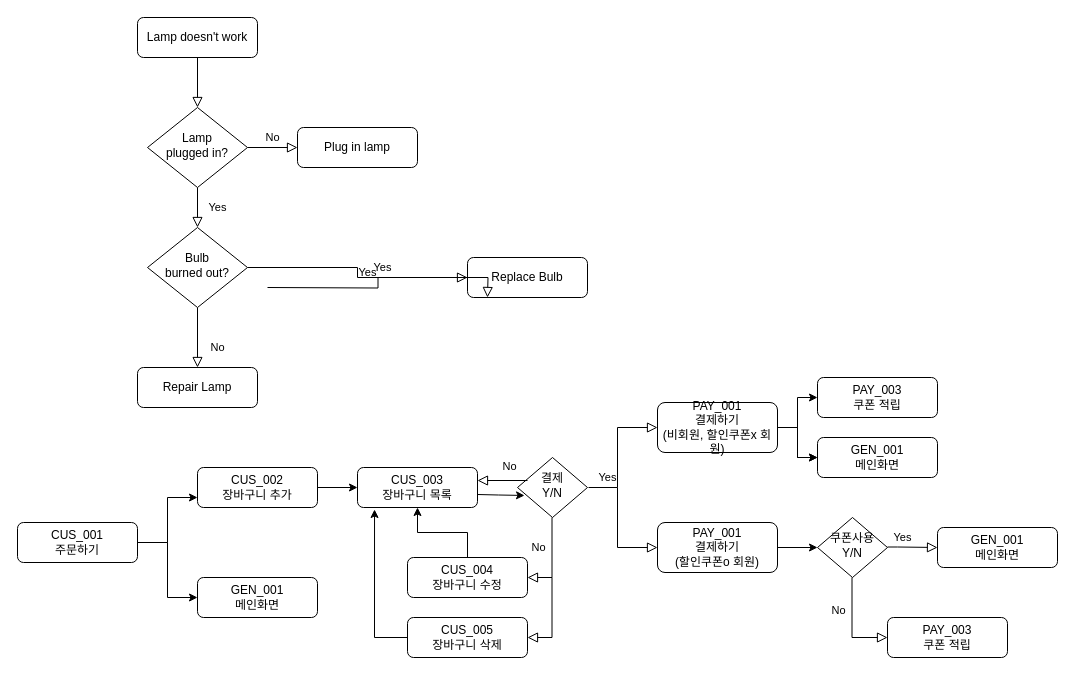
ssony98/test1 keeps this draw.io diagram as 제목 없는 다이어그램.drawio. Above is the earlier version. Source tidied: cells renumbered, new cells numbered last; positions are measured from the earlier drawing's top-left corner, leaving out a move shared by most shapes. Both pictures are drawn from the tidied source at 100%, with x=0, y=0 at pixel (17, 17).
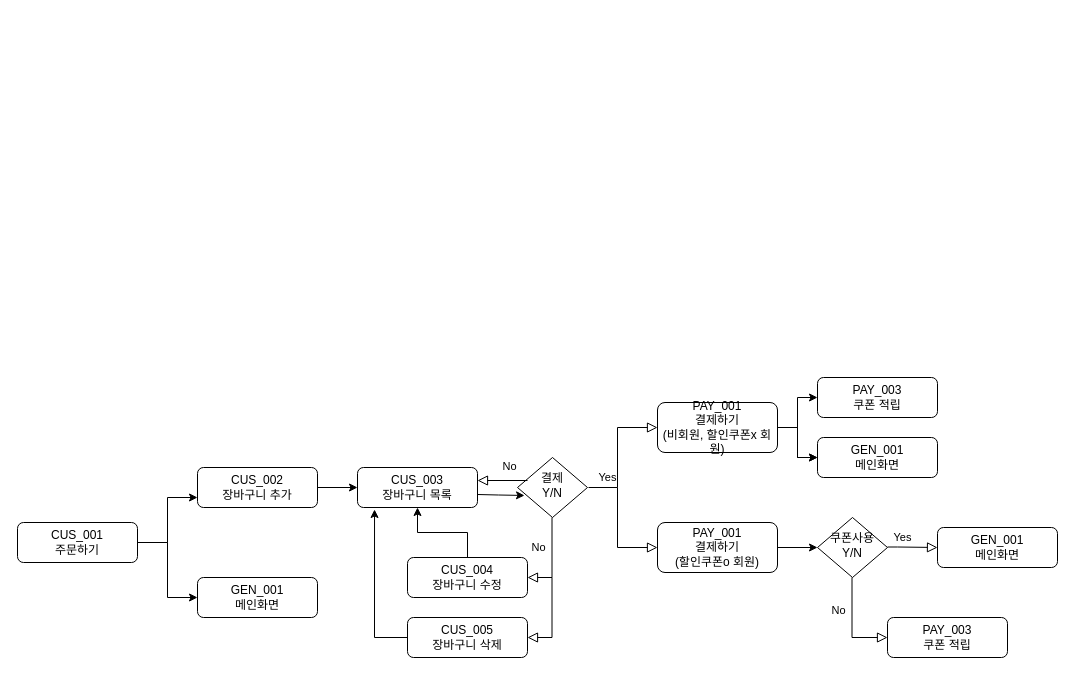
The same diagram, later.

Commit message (it also covers changes not shown here):
제목 없는 다이어그램.drawio 업데이트

Change to the diagram source:
```diff
@@
-    <mxCell id="2" style="rounded=0;html=1;jettySize=auto;fontSize=11;endArrow=block;endFill=0;endSize=8;strokeWidth=1;shadow=0;labelBackgroundColor=none;edgeStyle=orthogonalEdgeStyle;" parent="1" edge="1" source="3" target="6">
-      <mxGeometry relative="1" as="geometry" />
-    </mxCell>
-    <mxCell id="3" value="Lamp doesn't work" style="rounded=1;whiteSpace=wrap;html=1;fontSize=12;glass=0;strokeWidth=1;shadow=0;" parent="1" vertex="1">
-      <mxGeometry x="120" width="120" height="40" as="geometry" />
-    </mxCell>
-    <mxCell id="4" value="Yes" style="rounded=0;html=1;jettySize=auto;fontSize=11;endArrow=block;endFill=0;endSize=8;strokeWidth=1;shadow=0;labelBackgroundColor=none;edgeStyle=orthogonalEdgeStyle;" parent="1" edge="1" source="6" target="10">
-      <mxGeometry y="20" relative="1" as="geometry" />
-    </mxCell>
-    <mxCell id="5" value="No" style="edgeStyle=orthogonalEdgeStyle;rounded=0;html=1;jettySize=auto;fontSize=11;endArrow=block;endFill=0;endSize=8;strokeWidth=1;shadow=0;labelBackgroundColor=none;" parent="1" edge="1" source="6" target="7">
-      <mxGeometry y="10" relative="1" as="geometry" />
-    </mxCell>
-    <mxCell id="6" value="Lamp&lt;br&gt;plugged in?" style="rhombus;whiteSpace=wrap;html=1;shadow=0;fontFamily=Helvetica;fontSize=12;align=center;strokeWidth=1;spacing=6;spacingTop=-4;" parent="1" vertex="1">
-      <mxGeometry x="130" y="90" width="100" height="80" as="geometry" />
-    </mxCell>
-    <mxCell id="7" value="Plug in lamp" style="rounded=1;whiteSpace=wrap;html=1;fontSize=12;glass=0;strokeWidth=1;shadow=0;" parent="1" vertex="1">
-      <mxGeometry x="280" y="110" width="120" height="40" as="geometry" />
-    </mxCell>
-    <mxCell id="8" value="No" style="rounded=0;html=1;jettySize=auto;fontSize=11;endArrow=block;endFill=0;endSize=8;strokeWidth=1;shadow=0;labelBackgroundColor=none;edgeStyle=orthogonalEdgeStyle;" parent="1" edge="1" source="10" target="11">
-      <mxGeometry x="0.33" y="20" relative="1" as="geometry" />
-    </mxCell>
-    <mxCell id="9" value="Yes" style="edgeStyle=orthogonalEdgeStyle;rounded=0;html=1;jettySize=auto;fontSize=11;endArrow=block;endFill=0;endSize=8;strokeWidth=1;shadow=0;labelBackgroundColor=none;" parent="1" edge="1" source="10" target="12">
-      <mxGeometry y="10" relative="1" as="geometry" />
-    </mxCell>
-    <mxCell id="10" value="Bulb&lt;br&gt;burned out?" style="rhombus;whiteSpace=wrap;html=1;shadow=0;fontFamily=Helvetica;fontSize=12;align=center;strokeWidth=1;spacing=6;spacingTop=-4;" parent="1" vertex="1">
-      <mxGeometry x="130" y="210" width="100" height="80" as="geometry" />
-    </mxCell>
-    <mxCell id="11" value="Repair Lamp" style="rounded=1;whiteSpace=wrap;html=1;fontSize=12;glass=0;strokeWidth=1;shadow=0;" parent="1" vertex="1">
-      <mxGeometry x="120" y="350" width="120" height="40" as="geometry" />
-    </mxCell>
-    <mxCell id="12" value="Replace Bulb" style="rounded=1;whiteSpace=wrap;html=1;fontSize=12;glass=0;strokeWidth=1;shadow=0;" parent="1" vertex="1">
-      <mxGeometry x="450" y="240" width="120" height="40" as="geometry" />
-    </mxCell>
@@
-    <mxCell id="25" value="Yes" style="edgeStyle=orthogonalEdgeStyle;rounded=0;html=1;jettySize=auto;orthogonalLoop=1;fontSize=11;endArrow=block;endFill=0;endSize=8;strokeWidth=1;shadow=0;labelBackgroundColor=none;" parent="1" edge="1">
-      <mxGeometry y="10" relative="1" as="geometry">
-        <mxPoint x="250" y="270" as="sourcePoint" />
-        <mxPoint x="470" y="280" as="targetPoint" />
-      </mxGeometry>
-    </mxCell>
```
